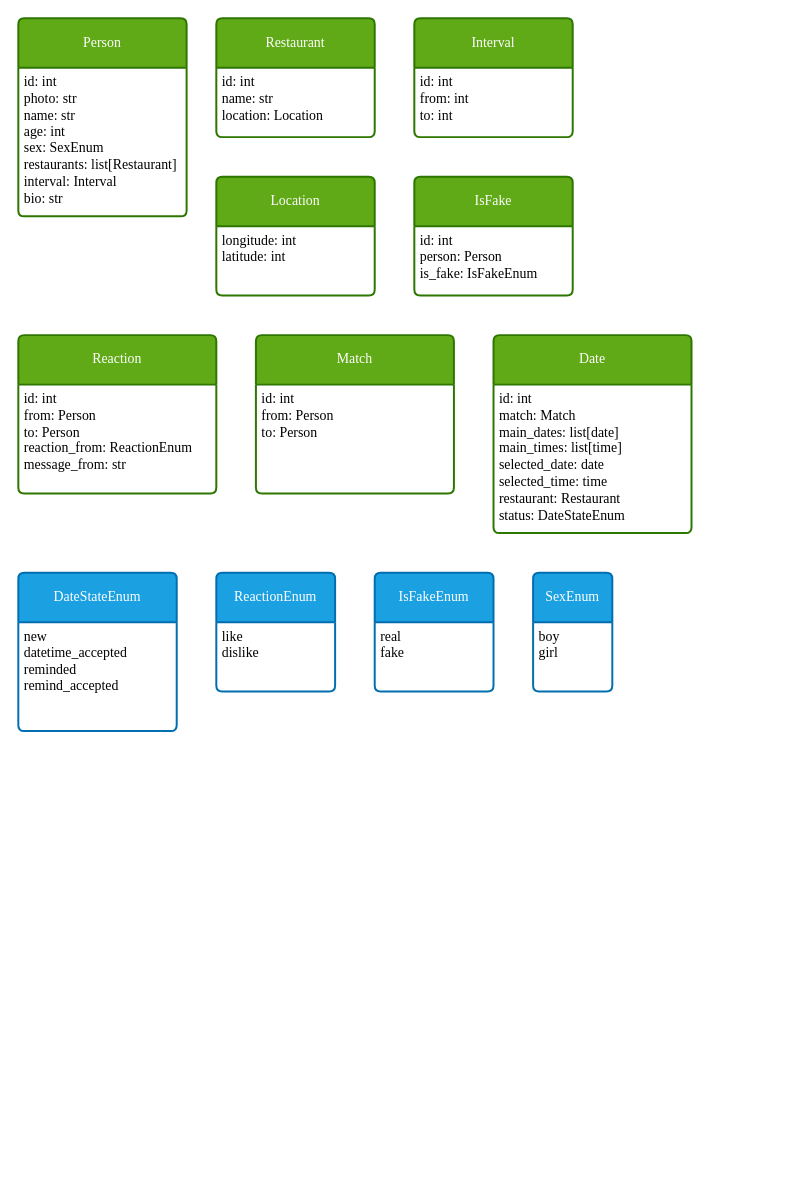
Before: match.drawio in KmvRoman/Diagrams, a draw.io diagram. Source tidied: cells renumbered, new cells numbered last; positions are measured from the earlier drawing's top-left corner, leaving out a move shared by most shapes. Both pictures are drawn from the tidied source at 99%, with x=0, y=0 at pixel (18, 18).
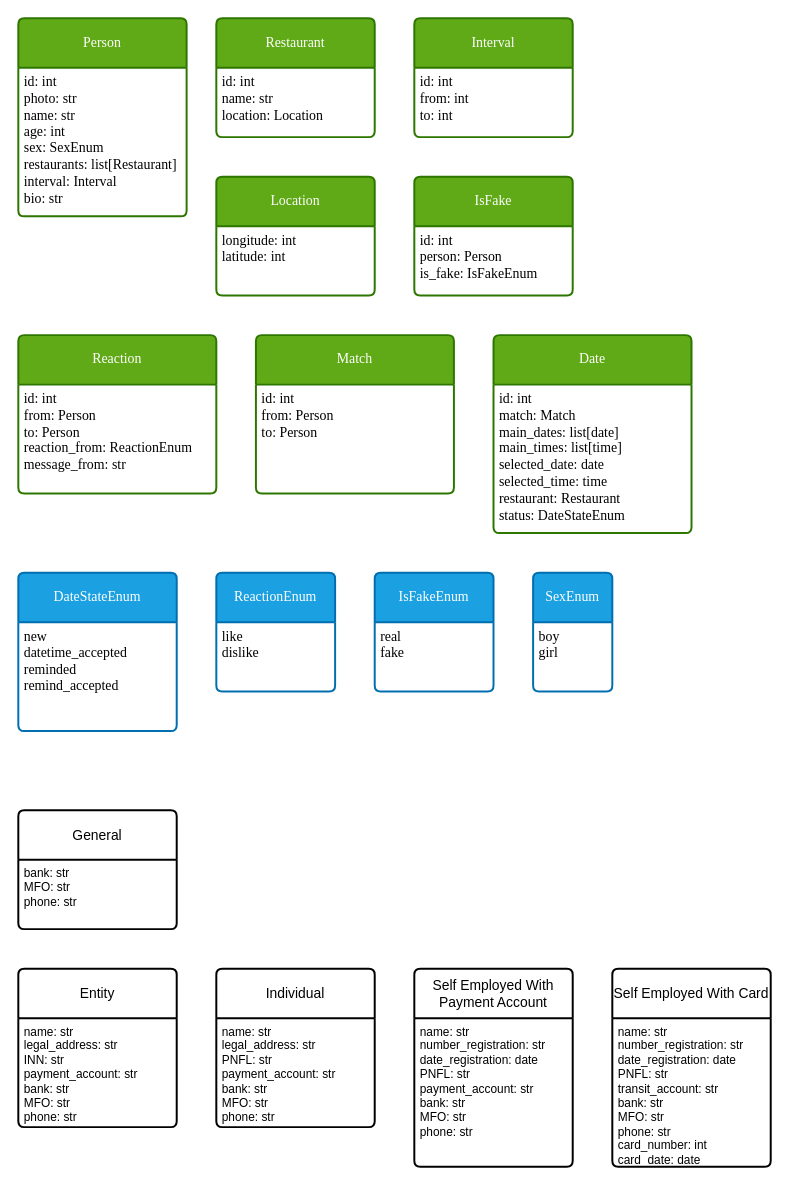
After the change.

The edit, as a diff of the source:
```diff
@@
+    <mxCell id="28" value="General" style="swimlane;horizontal=1;startSize=50;rounded=1;fontSize=14;fontStyle=0;strokeWidth=2;shadow=0;dashed=0;align=center;arcSize=4;whiteSpace=wrap;html=1;" parent="1" vertex="1">
+      <mxGeometry y="800" width="160" height="120" as="geometry" />
+    </mxCell>
+    <mxCell id="29" value="bank: str&lt;br&gt;MFO: str&lt;br&gt;phone: str" style="align=left;strokeColor=none;fillColor=none;spacingLeft=4;fontSize=12;verticalAlign=top;html=1;" parent="28" vertex="1">
+      <mxGeometry y="50" width="160" height="70" as="geometry" />
+    </mxCell>
+    <mxCell id="30" value="Entity" style="swimlane;horizontal=1;startSize=50;rounded=1;fontSize=14;fontStyle=0;strokeWidth=2;shadow=0;dashed=0;align=center;arcSize=4;whiteSpace=wrap;html=1;" parent="1" vertex="1">
+      <mxGeometry y="960" width="160" height="160" as="geometry" />
+    </mxCell>
+    <mxCell id="31" value="name: str&lt;br&gt;legal_address: str&lt;br&gt;INN: str&lt;br&gt;payment_account: str&lt;br&gt;bank: str&lt;br&gt;MFO: str&lt;br&gt;phone: str" style="align=left;strokeColor=none;fillColor=none;spacingLeft=4;fontSize=12;verticalAlign=top;html=1;" parent="30" vertex="1">
+      <mxGeometry y="50" width="160" height="110" as="geometry" />
+    </mxCell>
+    <mxCell id="32" value="Individual" style="swimlane;horizontal=1;startSize=50;rounded=1;fontSize=14;fontStyle=0;strokeWidth=2;shadow=0;dashed=0;align=center;arcSize=4;whiteSpace=wrap;html=1;" parent="1" vertex="1">
+      <mxGeometry x="200" y="960" width="160" height="160" as="geometry" />
+    </mxCell>
+    <mxCell id="33" value="name: str&lt;br&gt;legal_address: str&lt;br&gt;PNFL: str&lt;br&gt;payment_account: str&lt;br&gt;bank: str&lt;br&gt;MFO: str&lt;br&gt;phone: str" style="align=left;strokeColor=none;fillColor=none;spacingLeft=4;fontSize=12;verticalAlign=top;html=1;" parent="32" vertex="1">
+      <mxGeometry y="50" width="160" height="110" as="geometry" />
+    </mxCell>
+    <mxCell id="34" value="Self Employed With Payment Account" style="swimlane;horizontal=1;startSize=50;rounded=1;fontSize=14;fontStyle=0;strokeWidth=2;shadow=0;dashed=0;align=center;arcSize=4;whiteSpace=wrap;html=1;" parent="1" vertex="1">
+      <mxGeometry x="400" y="960" width="160" height="200" as="geometry" />
+    </mxCell>
+    <mxCell id="35" value="name: str&lt;br&gt;number_registration: str&lt;br&gt;date_registration: date&lt;br&gt;PNFL: str&lt;br&gt;payment_account: str&lt;br&gt;bank: str&lt;br&gt;MFO: str&lt;br&gt;phone: str" style="align=left;strokeColor=none;fillColor=none;spacingLeft=4;fontSize=12;verticalAlign=top;html=1;" parent="34" vertex="1">
+      <mxGeometry y="50" width="160" height="150" as="geometry" />
+    </mxCell>
+    <mxCell id="36" value="Self Employed With Card" style="swimlane;horizontal=1;startSize=50;rounded=1;fontSize=14;fontStyle=0;strokeWidth=2;shadow=0;dashed=0;align=center;arcSize=4;whiteSpace=wrap;html=1;" parent="1" vertex="1">
+      <mxGeometry x="600" y="960" width="160" height="200" as="geometry" />
+    </mxCell>
+    <mxCell id="37" value="name: str&lt;br&gt;number_registration: str&lt;br&gt;date_registration: date&lt;br&gt;PNFL: str&lt;br&gt;transit_account: str&lt;br&gt;bank: str&lt;br&gt;MFO: str&lt;br&gt;phone: str&lt;br&gt;card_number: int&lt;br&gt;card_date: date" style="align=left;strokeColor=none;fillColor=none;spacingLeft=4;fontSize=12;verticalAlign=top;html=1;" parent="36" vertex="1">
+      <mxGeometry y="50" width="160" height="150" as="geometry" />
+    </mxCell>
```
